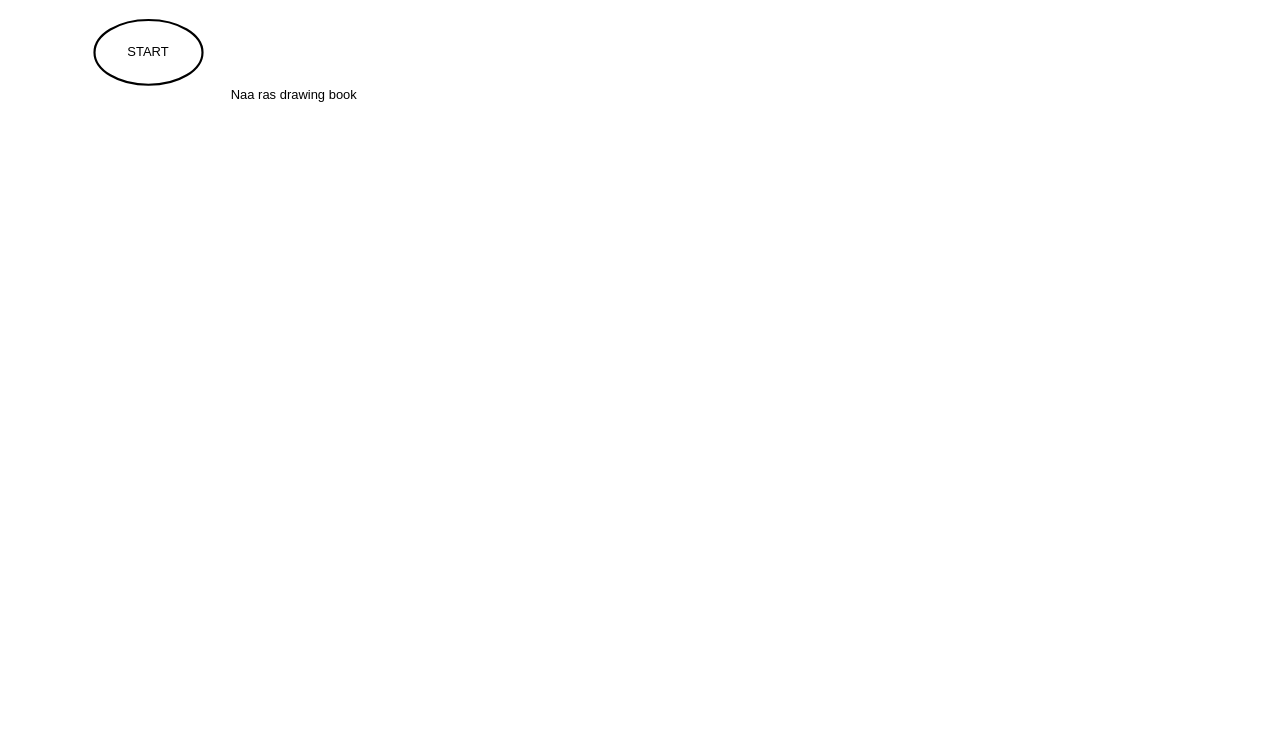
Earlier version of the draw.io diagram page "5.2" (2 of 3) of Lab Exercise 3.1/labE5.drawio (barrosaur/first-year-cpe-lab). Source tidied: cells renumbered, new cells numbered last; positions are measured from the earlier drawing's top-left corner, leaving out a move shared by most shapes. Both pictures are drawn from the tidied source at 108%, with x=0, y=0 at pixel (94, 19).
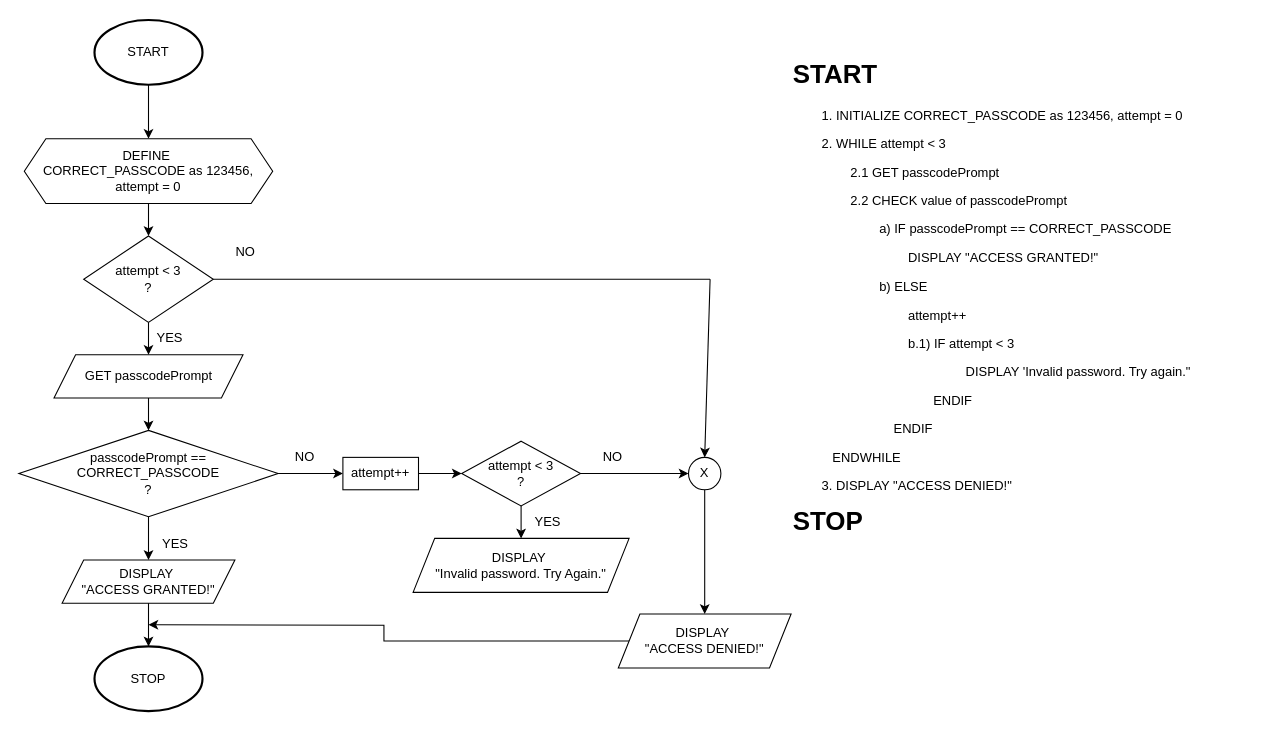
The same page after the edit.

The change refers to these unchanged cells:
```xml
<mxCell id="3" value="START" style="strokeWidth=2;html=1;shape=mxgraph.flowchart.start_1;whiteSpace=wrap;" parent="1" vertex="1">
  <mxGeometry width="100" height="60" as="geometry" />
</mxCell>
```

What changed in the source:
```diff
@@
-    <mxCell id="2" value="Naa ras drawing book" style="text;html=1;align=center;verticalAlign=middle;whiteSpace=wrap;rounded=0;" parent="1" vertex="1">
-      <mxGeometry x="40" y="60" width="290" height="20" as="geometry" />
-    </mxCell>
@@
+    <mxCell id="4" style="endArrow=classic;html=1;rounded=0;exitX=0.5;exitY=1;exitDx=0;exitDy=0;exitPerimeter=0;" parent="1" edge="1" source="3">
+      <mxGeometry relative="1" as="geometry">
+        <mxPoint x="50" y="110" as="targetPoint" />
+      </mxGeometry>
+    </mxCell>
+    <mxCell id="5" value="DEFINE&amp;nbsp;&lt;div&gt;CORRECT_PASSCODE as 123456, attempt = 0&lt;/div&gt;" style="shape=hexagon;perimeter=hexagonPerimeter2;whiteSpace=wrap;html=1;fixedSize=1;" parent="1" vertex="1">
+      <mxGeometry x="-65" y="110" width="230" height="60" as="geometry" />
+    </mxCell>
+    <mxCell id="6" value="attempt &amp;lt; 3&lt;div&gt;?&lt;/div&gt;" style="rhombus;whiteSpace=wrap;html=1;" parent="1" vertex="1">
+      <mxGeometry x="-10" y="200" width="120" height="80" as="geometry" />
+    </mxCell>
+    <mxCell id="7" style="endArrow=classic;html=1;rounded=0;entryX=0.5;entryY=0;entryDx=0;entryDy=0;exitX=0.5;exitY=1;exitDx=0;exitDy=0;" parent="1" edge="1" source="5" target="6">
+      <mxGeometry relative="1" as="geometry" />
+    </mxCell>
+    <mxCell id="8" value="GET passcodePrompt" style="shape=parallelogram;perimeter=parallelogramPerimeter;whiteSpace=wrap;html=1;fixedSize=1;" parent="1" vertex="1">
+      <mxGeometry x="-37.5" y="310" width="175" height="40" as="geometry" />
+    </mxCell>
+    <mxCell id="9" style="endArrow=classic;html=1;rounded=0;exitX=0.5;exitY=1;exitDx=0;exitDy=0;entryX=0.5;entryY=0;entryDx=0;entryDy=0;" parent="1" edge="1" source="6" target="8">
+      <mxGeometry relative="1" as="geometry" />
+    </mxCell>
+    <mxCell id="10" value="YES" style="text;html=1;align=center;verticalAlign=middle;whiteSpace=wrap;rounded=0;" parent="1" vertex="1">
+      <mxGeometry x="40" y="280" width="60" height="30" as="geometry" />
+    </mxCell>
+    <mxCell id="11" value="passcodePrompt == CORRECT_PASSCODE&lt;div&gt;?&lt;/div&gt;" style="rhombus;whiteSpace=wrap;html=1;" parent="1" vertex="1">
+      <mxGeometry x="-70" y="380" width="240" height="80" as="geometry" />
+    </mxCell>
+    <mxCell id="12" style="endArrow=classic;html=1;rounded=0;exitX=0.5;exitY=1;exitDx=0;exitDy=0;entryX=0.5;entryY=0;entryDx=0;entryDy=0;" parent="1" edge="1" source="8" target="11">
+      <mxGeometry relative="1" as="geometry" />
+    </mxCell>
+    <mxCell id="13" value="YES" style="text;html=1;align=center;verticalAlign=middle;whiteSpace=wrap;rounded=0;" parent="1" vertex="1">
+      <mxGeometry x="45" y="470" width="60" height="30" as="geometry" />
+    </mxCell>
+    <mxCell id="14" value="NO" style="text;html=1;align=center;verticalAlign=middle;whiteSpace=wrap;rounded=0;" parent="1" vertex="1">
+      <mxGeometry x="110" y="200" width="60" height="30" as="geometry" />
+    </mxCell>
+    <mxCell id="15" value="NO" style="text;html=1;align=center;verticalAlign=middle;whiteSpace=wrap;rounded=0;" parent="1" vertex="1">
+      <mxGeometry x="165" y="390" width="60" height="30" as="geometry" />
+    </mxCell>
+    <mxCell id="16" style="endArrow=classic;html=1;rounded=0;exitX=0.5;exitY=1;exitDx=0;exitDy=0;" parent="1" edge="1" source="11">
+      <mxGeometry relative="1" as="geometry">
+        <mxPoint x="50" y="500" as="targetPoint" />
+      </mxGeometry>
+    </mxCell>
+    <mxCell id="17" value="DISPLAY&amp;nbsp;&lt;div&gt;&quot;ACCESS GRANTED!&quot;&lt;/div&gt;" style="shape=parallelogram;perimeter=parallelogramPerimeter;whiteSpace=wrap;html=1;fixedSize=1;" parent="1" vertex="1">
+      <mxGeometry x="-30" y="500" width="160" height="40" as="geometry" />
+    </mxCell>
+    <mxCell id="18" value="STOP" style="strokeWidth=2;html=1;shape=mxgraph.flowchart.start_1;whiteSpace=wrap;" parent="1" vertex="1">
+      <mxGeometry y="580" width="100" height="60" as="geometry" />
+    </mxCell>
+    <mxCell id="19" style="endArrow=classic;html=1;rounded=0;exitX=0.5;exitY=1;exitDx=0;exitDy=0;entryX=0.5;entryY=0;entryDx=0;entryDy=0;entryPerimeter=0;" parent="1" edge="1" source="17" target="18">
+      <mxGeometry relative="1" as="geometry" />
+    </mxCell>
+    <mxCell id="20" style="endArrow=classic;html=1;rounded=0;exitX=1;exitY=0.5;exitDx=0;exitDy=0;" parent="1" edge="1" source="11">
+      <mxGeometry relative="1" as="geometry">
+        <mxPoint x="230" y="420" as="targetPoint" />
+      </mxGeometry>
+    </mxCell>
+    <mxCell id="21" value="attempt++" style="rounded=0;whiteSpace=wrap;html=1;" parent="1" vertex="1">
+      <mxGeometry x="230" y="405" width="70" height="30" as="geometry" />
+    </mxCell>
+    <mxCell id="22" style="endArrow=classic;html=1;rounded=0;exitX=1;exitY=0.5;exitDx=0;exitDy=0;" parent="1" edge="1" source="21">
+      <mxGeometry relative="1" as="geometry">
+        <mxPoint x="340" y="420" as="targetPoint" />
+      </mxGeometry>
+    </mxCell>
+    <mxCell id="23" value="attempt &amp;lt; 3&lt;div&gt;?&lt;/div&gt;" style="rhombus;whiteSpace=wrap;html=1;" parent="1" vertex="1">
+      <mxGeometry x="340" y="390" width="110" height="60" as="geometry" />
+    </mxCell>
+    <mxCell id="24" value="DISPLAY&amp;nbsp;&lt;div&gt;&quot;Invalid password. Try Again.&quot;&lt;/div&gt;" style="shape=parallelogram;perimeter=parallelogramPerimeter;whiteSpace=wrap;html=1;fixedSize=1;" parent="1" vertex="1">
+      <mxGeometry x="295" y="480" width="200" height="50" as="geometry" />
+    </mxCell>
+    <mxCell id="25" style="endArrow=classic;html=1;rounded=0;entryX=0.5;entryY=0;entryDx=0;entryDy=0;exitX=0.5;exitY=1;exitDx=0;exitDy=0;" parent="1" edge="1" source="23" target="24">
+      <mxGeometry relative="1" as="geometry" />
+    </mxCell>
+    <mxCell id="26" value="YES" style="text;html=1;align=center;verticalAlign=middle;whiteSpace=wrap;rounded=0;" parent="1" vertex="1">
+      <mxGeometry x="390" y="450" width="60" height="30" as="geometry" />
+    </mxCell>
+    <mxCell id="27" style="edgeStyle=orthogonalEdgeStyle;rounded=0;jettySize=auto;html=1;exitX=0;exitY=0.5;exitDx=0;exitDy=0;" parent="1" edge="1" source="28">
+      <mxGeometry relative="1" as="geometry">
+        <mxPoint x="50" y="560" as="targetPoint" />
+      </mxGeometry>
+    </mxCell>
+    <mxCell id="28" value="DISPLAY&amp;nbsp;&lt;div&gt;&quot;ACCESS DENIED!&quot;&lt;/div&gt;" style="shape=parallelogram;perimeter=parallelogramPerimeter;whiteSpace=wrap;html=1;fixedSize=1;" parent="1" vertex="1">
+      <mxGeometry x="485" y="550" width="160" height="50" as="geometry" />
+    </mxCell>
+    <mxCell id="29" value="NO" style="text;html=1;align=center;verticalAlign=middle;whiteSpace=wrap;rounded=0;" parent="1" vertex="1">
+      <mxGeometry x="450" y="390" width="60" height="30" as="geometry" />
+    </mxCell>
+    <mxCell id="30" style="endArrow=classic;html=1;rounded=0;exitX=1;exitY=0.5;exitDx=0;exitDy=0;" parent="1" edge="1" source="23">
+      <mxGeometry relative="1" as="geometry">
+        <mxPoint x="550" y="420" as="targetPoint" />
+      </mxGeometry>
+    </mxCell>
+    <mxCell id="31" style="endArrow=none;html=1;rounded=0;exitX=1;exitY=0.5;exitDx=0;exitDy=0;" parent="1" edge="1" source="6">
+      <mxGeometry relative="1" as="geometry">
+        <mxPoint x="570" y="240" as="targetPoint" />
+      </mxGeometry>
+    </mxCell>
+    <mxCell id="32" style="endArrow=classic;html=1;rounded=0;entryX=0.5;entryY=0;entryDx=0;entryDy=0;" parent="1" edge="1" target="33">
+      <mxGeometry relative="1" as="geometry">
+        <mxPoint x="570" y="240" as="sourcePoint" />
+      </mxGeometry>
+    </mxCell>
+    <mxCell id="33" value="X" style="ellipse;whiteSpace=wrap;html=1;" parent="1" vertex="1">
+      <mxGeometry x="550" y="405" width="30" height="30" as="geometry" />
+    </mxCell>
+    <mxCell id="34" style="endArrow=classic;html=1;rounded=0;entryX=0.5;entryY=0;entryDx=0;entryDy=0;exitX=0.5;exitY=1;exitDx=0;exitDy=0;" parent="1" edge="1" source="33" target="28">
+      <mxGeometry relative="1" as="geometry" />
+    </mxCell>
+    <mxCell id="35" value="&lt;h1 style=&quot;margin-top: 0px;&quot;&gt;START&lt;/h1&gt;&lt;p&gt;&lt;span style=&quot;white-space: pre;&quot;&gt;&#9;&lt;/span&gt;1. INITIALIZE CORRECT_PASSCODE as 123456, attempt = 0&lt;br&gt;&lt;/p&gt;&lt;p&gt;&lt;span style=&quot;white-space: pre;&quot;&gt;&#9;&lt;/span&gt;2. WHILE attempt &amp;lt; 3&lt;br&gt;&lt;/p&gt;&lt;p&gt;&lt;span style=&quot;white-space: pre;&quot;&gt;&#9;&lt;/span&gt;&lt;span style=&quot;white-space: pre;&quot;&gt;&#9;&lt;/span&gt;2.1 GET passcodePrompt&lt;br&gt;&lt;/p&gt;&lt;p&gt;&lt;span style=&quot;white-space: pre;&quot;&gt;&#9;&lt;/span&gt;&lt;span style=&quot;white-space: pre;&quot;&gt;&#9;&lt;/span&gt;2.2 CHECK value of passcodePrompt&lt;br&gt;&lt;/p&gt;&lt;p&gt;&lt;span style=&quot;white-space: pre;&quot;&gt;&#9;&lt;/span&gt;&lt;span style=&quot;white-space: pre;&quot;&gt;&#9;&lt;/span&gt;&lt;span style=&quot;white-space: pre;&quot;&gt;&#9;&lt;/span&gt;a)&amp;nbsp;IF passcodePrompt == CORRECT_PASSCODE&lt;br&gt;&lt;/p&gt;&lt;p&gt;&lt;span style=&quot;white-space: pre;&quot;&gt;&#9;&lt;/span&gt;&lt;span style=&quot;white-space: pre;&quot;&gt;&#9;&lt;/span&gt;&lt;span style=&quot;white-space: pre;&quot;&gt;&#9;&lt;/span&gt;&lt;span style=&quot;white-space: pre;&quot;&gt;&#9;&lt;/span&gt;DISPLAY &quot;ACCESS GRANTED!&quot;&lt;br&gt;&lt;/p&gt;&lt;p&gt;&lt;span style=&quot;white-space: pre;&quot;&gt;&#9;&lt;/span&gt;&lt;span style=&quot;white-space: pre;&quot;&gt;&#9;&lt;/span&gt;&lt;span style=&quot;white-space: pre;&quot;&gt;&#9;&lt;/span&gt;b) ELSE&lt;br&gt;&lt;/p&gt;&lt;p&gt;&lt;span style=&quot;white-space: pre;&quot;&gt;&#9;&lt;/span&gt;&lt;span style=&quot;white-space: pre;&quot;&gt;&#9;&lt;/span&gt;&lt;span style=&quot;white-space: pre;&quot;&gt;&#9;&lt;/span&gt;&lt;span style=&quot;white-space: pre;&quot;&gt;&#9;&lt;/span&gt;attempt++&lt;br&gt;&lt;/p&gt;&lt;p&gt;&lt;span style=&quot;white-space: pre;&quot;&gt;&#9;&lt;/span&gt;&lt;span style=&quot;white-space: pre;&quot;&gt;&#9;&lt;/span&gt;&lt;span style=&quot;white-space: pre;&quot;&gt;&#9;&lt;/span&gt;&lt;span style=&quot;white-space: pre;&quot;&gt;&#9;&lt;/span&gt;b.1) IF attempt &amp;lt; 3&lt;br&gt;&lt;/p&gt;&lt;p&gt;&lt;span style=&quot;white-space: pre;&quot;&gt;&#9;&lt;/span&gt;&lt;span style=&quot;white-space: pre;&quot;&gt;&#9;&lt;/span&gt;&lt;span style=&quot;white-space: pre;&quot;&gt;&#9;&lt;/span&gt;&lt;span style=&quot;white-space: pre;&quot;&gt;&#9;&lt;/span&gt;&lt;span style=&quot;white-space: pre;&quot;&gt;&#9;&lt;/span&gt;&lt;span style=&quot;white-space: pre;&quot;&gt;&#9;&lt;/span&gt;DISPLAY 'Invalid password. Try again.&quot;&lt;br&gt;&lt;/p&gt;&lt;p&gt;&lt;span style=&quot;white-space: pre;&quot;&gt;&#9;&lt;/span&gt;&lt;span style=&quot;white-space: pre;&quot;&gt;&#9;&lt;/span&gt;&lt;span style=&quot;white-space: pre;&quot;&gt;&#9;&lt;/span&gt;&lt;span style=&quot;white-space: pre;&quot;&gt;&#9;&amp;nbsp;&lt;/span&gt;&amp;nbsp; &amp;nbsp; &amp;nbsp; ENDIF&lt;br&gt;&lt;/p&gt;&lt;p&gt;&lt;span style=&quot;white-space: pre;&quot;&gt;&#9;&lt;/span&gt;&lt;span style=&quot;white-space: pre;&quot;&gt;&#9;&lt;/span&gt;&lt;span style=&quot;white-space: pre;&quot;&gt;&#9;&lt;/span&gt;&amp;nbsp; &amp;nbsp; ENDIF&lt;br&gt;&lt;/p&gt;&lt;p&gt;&lt;span style=&quot;white-space: pre;&quot;&gt;&#9;&lt;/span&gt;&amp;nbsp; &amp;nbsp;ENDWHILE&lt;br&gt;&lt;/p&gt;&lt;p&gt;&lt;span style=&quot;white-space: pre;&quot;&gt;&#9;&lt;/span&gt;3. DISPLAY &quot;ACCESS DENIED!&quot;&lt;br&gt;&lt;/p&gt;&lt;h1 style=&quot;margin-top: 0px;&quot;&gt;STOP&lt;/h1&gt;" style="text;html=1;whiteSpace=wrap;overflow=hidden;rounded=0;" parent="1" vertex="1">
+      <mxGeometry x="645" y="30" width="430" height="480" as="geometry" />
+    </mxCell>
```
